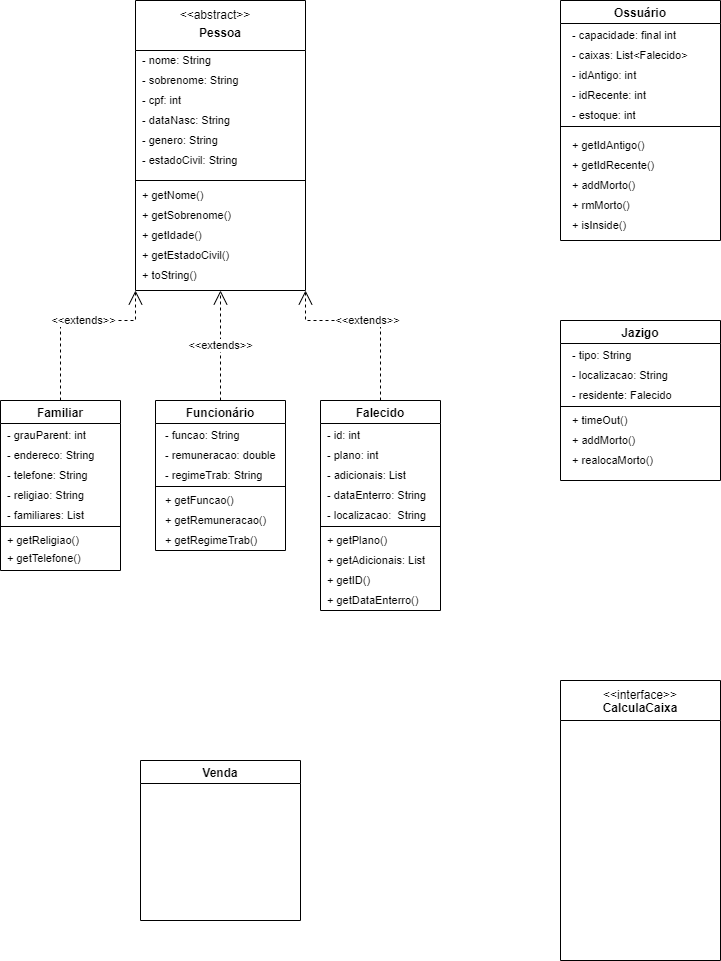
Earlier version of the draw.io export Diagrama_cemiterio.png (cemiterioPOO/Cemiterio). Source tidied: cells renumbered, new cells last; positions are measured from the earlier drawing's top-left corner, leaving out a move shared by most shapes.
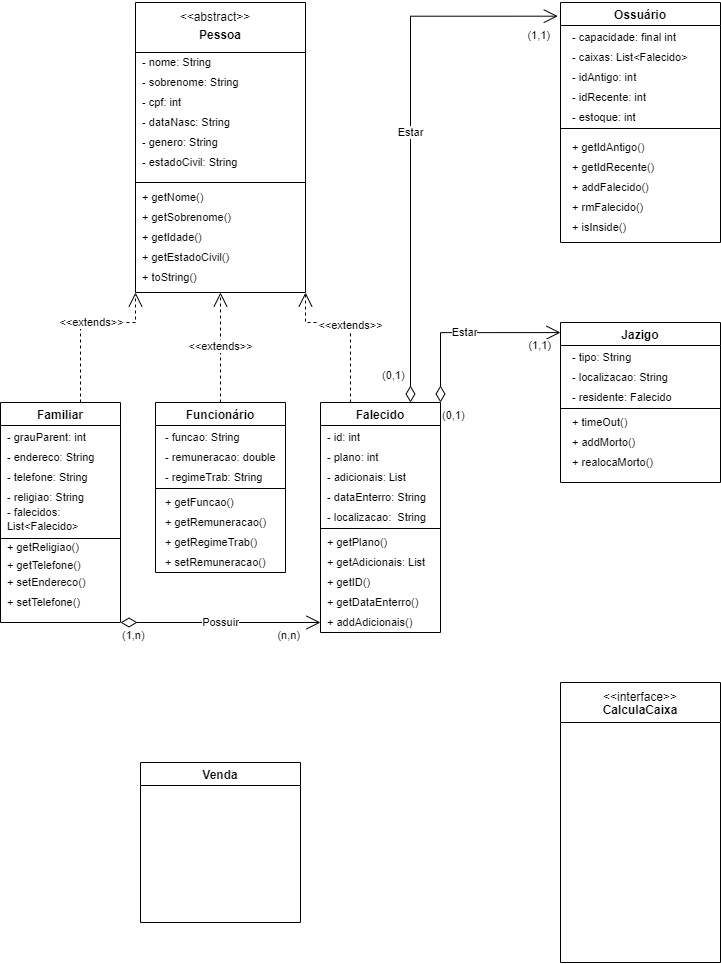
The same file after the commit.

Diff of the diagram source:
```diff
@@ -72,7 +72,7 @@
       <mxGeometry x="10" y="120" width="90" height="40" as="geometry" />
     </mxCell>
     <mxCell id="24" value="Familiar" style="swimlane;" parent="1" vertex="1">
-      <mxGeometry y="400" width="120" height="170" as="geometry" />
+      <mxGeometry y="400" width="120" height="220" as="geometry" />
     </mxCell>
     <mxCell id="25" value="- grauParent: int" style="text;html=1;strokeColor=none;fillColor=none;align=left;verticalAlign=middle;whiteSpace=wrap;rounded=0;fontSize=11;" parent="24" vertex="1">
       <mxGeometry x="5" y="20" width="110" height="30" as="geometry" />
@@ -87,19 +87,25 @@
       <mxGeometry x="5" y="80" width="110" height="30" as="geometry" />
     </mxCell>
     <mxCell id="29" style="line;strokeWidth=1;fillColor=none;align=left;verticalAlign=middle;spacingTop=-1;spacingLeft=3;spacingRight=3;labelPosition=right;fontSize=11;" parent="24" vertex="1">
-      <mxGeometry y="122" width="120" height="8" as="geometry" />
+      <mxGeometry y="132" width="120" height="8" as="geometry" />
     </mxCell>
-    <mxCell id="30" value="&lt;span style=&quot;&quot;&gt;- familiares: List&lt;/span&gt;" style="text;html=1;strokeColor=none;fillColor=none;align=left;verticalAlign=middle;whiteSpace=wrap;rounded=0;fontSize=11;" parent="24" vertex="1">
-      <mxGeometry x="5" y="100" width="115" height="30" as="geometry" />
-    </mxCell>
     <mxCell id="31" value="+ getReligiao()" style="text;html=1;strokeColor=none;fillColor=none;align=left;verticalAlign=middle;whiteSpace=wrap;rounded=0;fontSize=11;" parent="24" vertex="1">
-      <mxGeometry x="5" y="120" width="90" height="40" as="geometry" />
+      <mxGeometry x="5" y="125" width="90" height="40" as="geometry" />
     </mxCell>
     <mxCell id="32" value="+ getTelefone()" style="text;html=1;strokeColor=none;fillColor=none;align=left;verticalAlign=middle;whiteSpace=wrap;rounded=0;fontSize=11;" parent="24" vertex="1">
-      <mxGeometry x="5" y="140" width="90" height="35" as="geometry" />
+      <mxGeometry x="5" y="145" width="90" height="35" as="geometry" />
     </mxCell>
+    <mxCell id="70" value="&lt;font style=&quot;font-size: 11px;&quot;&gt;+ setEndereco()&lt;/font&gt;" style="text;html=1;strokeColor=none;fillColor=none;align=left;verticalAlign=middle;whiteSpace=wrap;rounded=0;" parent="24" vertex="1">
+      <mxGeometry x="5" y="160" width="120" height="40" as="geometry" />
+    </mxCell>
+    <mxCell id="71" value="&lt;font style=&quot;font-size: 11px;&quot;&gt;+ setTelefone()&lt;/font&gt;" style="text;html=1;strokeColor=none;fillColor=none;align=left;verticalAlign=middle;whiteSpace=wrap;rounded=0;" parent="24" vertex="1">
+      <mxGeometry x="5" y="180" width="120" height="40" as="geometry" />
+    </mxCell>
+    <mxCell id="30" value="&lt;span style=&quot;&quot;&gt;- falecidos: List&amp;lt;Falecido&amp;gt;&lt;/span&gt;" style="text;html=1;strokeColor=none;fillColor=none;align=left;verticalAlign=middle;whiteSpace=wrap;rounded=0;fontSize=11;" parent="24" vertex="1">
+      <mxGeometry x="5" y="102" width="125" height="30" as="geometry" />
+    </mxCell>
     <mxCell id="33" value="Funcionário" style="swimlane;" parent="1" vertex="1">
-      <mxGeometry x="155" y="400" width="130" height="150" as="geometry" />
+      <mxGeometry x="155" y="400" width="130" height="170" as="geometry" />
     </mxCell>
     <mxCell id="34" value="- funcao: String" style="text;html=1;strokeColor=none;fillColor=none;align=left;verticalAlign=middle;whiteSpace=wrap;rounded=0;fontSize=11;" parent="33" vertex="1">
       <mxGeometry x="7.5" y="20" width="95" height="30" as="geometry" />
@@ -122,8 +128,11 @@
     <mxCell id="40" value="+ getRegimeTrab()" style="text;html=1;strokeColor=none;fillColor=none;align=left;verticalAlign=middle;whiteSpace=wrap;rounded=0;fontSize=11;" parent="33" vertex="1">
       <mxGeometry x="7.5" y="120" width="112.5" height="40" as="geometry" />
     </mxCell>
+    <mxCell id="72" value="+ setRemuneracao()" style="text;html=1;strokeColor=none;fillColor=none;align=left;verticalAlign=middle;whiteSpace=wrap;rounded=0;fontSize=11;" parent="33" vertex="1">
+      <mxGeometry x="7.5" y="140" width="112.5" height="40" as="geometry" />
+    </mxCell>
     <mxCell id="41" value="Falecido" style="swimlane;" parent="1" vertex="1">
-      <mxGeometry x="320" y="400" width="120" height="210" as="geometry" />
+      <mxGeometry x="320" y="400" width="120" height="230" as="geometry" />
     </mxCell>
     <mxCell id="42" value="- plano: int" style="text;html=1;strokeColor=none;fillColor=none;align=left;verticalAlign=middle;whiteSpace=wrap;rounded=0;fontSize=11;" parent="41" vertex="1">
       <mxGeometry x="5" y="40" width="110" height="30" as="geometry" />
@@ -155,6 +164,9 @@
     <mxCell id="51" value="+ getDataEnterro()" style="text;html=1;strokeColor=none;fillColor=none;align=left;verticalAlign=middle;whiteSpace=wrap;rounded=0;fontSize=11;" parent="41" vertex="1">
       <mxGeometry x="5" y="180" width="105" height="40" as="geometry" />
     </mxCell>
+    <mxCell id="73" value="+ addAdicionais()" style="text;html=1;strokeColor=none;fillColor=none;align=left;verticalAlign=middle;whiteSpace=wrap;rounded=0;fontSize=11;" parent="41" vertex="1">
+      <mxGeometry x="5" y="200" width="112.5" height="40" as="geometry" />
+    </mxCell>
     <mxCell id="52" value="Ossuário" style="swimlane;startSize=23;" parent="1" vertex="1">
       <mxGeometry x="560" width="160" height="240" as="geometry" />
     </mxCell>
@@ -182,10 +194,10 @@
     <mxCell id="60" value="+ getIdRecente()" style="text;html=1;strokeColor=none;fillColor=none;align=left;verticalAlign=middle;whiteSpace=wrap;rounded=0;fontSize=11;" parent="52" vertex="1">
       <mxGeometry x="10" y="150" width="110" height="30" as="geometry" />
     </mxCell>
-    <mxCell id="61" value="+ addMorto()" style="text;html=1;strokeColor=none;fillColor=none;align=left;verticalAlign=middle;whiteSpace=wrap;rounded=0;fontSize=11;" parent="52" vertex="1">
+    <mxCell id="61" value="+ addFalecido()" style="text;html=1;strokeColor=none;fillColor=none;align=left;verticalAlign=middle;whiteSpace=wrap;rounded=0;fontSize=11;" parent="52" vertex="1">
       <mxGeometry x="10" y="170" width="110" height="30" as="geometry" />
     </mxCell>
-    <mxCell id="62" value="+ rmMorto()" style="text;html=1;strokeColor=none;fillColor=none;align=left;verticalAlign=middle;whiteSpace=wrap;rounded=0;fontSize=11;" parent="52" vertex="1">
+    <mxCell id="62" value="+ rmFalecido()" style="text;html=1;strokeColor=none;fillColor=none;align=left;verticalAlign=middle;whiteSpace=wrap;rounded=0;fontSize=11;" parent="52" vertex="1">
       <mxGeometry x="10" y="190" width="110" height="30" as="geometry" />
     </mxCell>
     <mxCell id="63" value="+ isInside()" style="text;html=1;strokeColor=none;fillColor=none;align=left;verticalAlign=middle;whiteSpace=wrap;rounded=0;fontSize=11;" parent="52" vertex="1">
@@ -200,10 +212,11 @@
     <mxCell id="66" value="&amp;lt;&amp;lt;interface&amp;gt;&amp;gt;" style="text;html=1;strokeColor=none;fillColor=none;align=center;verticalAlign=middle;whiteSpace=wrap;rounded=0;shadow=0;" parent="65" vertex="1">
       <mxGeometry x="50" width="60" height="30" as="geometry" />
     </mxCell>
-    <mxCell id="67" value="&amp;lt;&amp;lt;extends&amp;gt;&amp;gt;" style="endArrow=open;endSize=12;dashed=1;html=1;rounded=0;fontSize=11;exitX=0.5;exitY=0;exitDx=0;exitDy=0;entryX=0;entryY=1;entryDx=0;entryDy=0;" parent="1" edge="1" source="24" target="2">
+    <mxCell id="67" value="&amp;lt;&amp;lt;extends&amp;gt;&amp;gt;" style="endArrow=open;endSize=12;dashed=1;html=1;rounded=0;fontSize=11;exitX=0.667;exitY=0;exitDx=0;exitDy=0;entryX=0;entryY=1;entryDx=0;entryDy=0;exitPerimeter=0;" parent="1" edge="1" source="24" target="2">
       <mxGeometry x="0.12" relative="1" as="geometry">
         <Array as="points">
-          <mxPoint x="60" y="320" />
+          <mxPoint x="80" y="360" />
+          <mxPoint x="80" y="320" />
           <mxPoint x="135" y="320" />
         </Array>
       </mxGeometry>
@@ -211,13 +224,59 @@
     <mxCell id="68" value="&amp;lt;&amp;lt;extends&amp;gt;&amp;gt;" style="endArrow=open;endSize=12;dashed=1;html=1;rounded=0;fontSize=11;exitX=0.5;exitY=0;exitDx=0;exitDy=0;entryX=0.5;entryY=1;entryDx=0;entryDy=0;" parent="1" edge="1" source="33" target="2">
       <mxGeometry relative="1" as="geometry" />
     </mxCell>
-    <mxCell id="69" value="&amp;lt;&amp;lt;extends&amp;gt;&amp;gt;" style="endArrow=open;endSize=12;dashed=1;html=1;rounded=0;fontSize=11;exitX=0.5;exitY=0;exitDx=0;exitDy=0;entryX=1;entryY=1;entryDx=0;entryDy=0;" parent="1" edge="1" source="41" target="2">
+    <mxCell id="69" value="&amp;lt;&amp;lt;extends&amp;gt;&amp;gt;" style="endArrow=open;endSize=12;dashed=1;html=1;rounded=0;fontSize=11;exitX=0.25;exitY=0;exitDx=0;exitDy=0;entryX=1;entryY=1;entryDx=0;entryDy=0;" parent="1" edge="1" source="41" target="2">
       <mxGeometry relative="1" as="geometry">
         <Array as="points">
-          <mxPoint x="380" y="320" />
+          <mxPoint x="350" y="320" />
           <mxPoint x="305" y="320" />
         </Array>
       </mxGeometry>
     </mxCell>
+    <mxCell id="74" value="Estar" style="endArrow=open;html=1;endSize=12;startArrow=diamondThin;startSize=14;startFill=0;edgeStyle=orthogonalEdgeStyle;rounded=0;fontSize=11;entryX=0;entryY=0.063;entryDx=0;entryDy=0;entryPerimeter=0;exitX=1;exitY=0;exitDx=0;exitDy=0;" parent="1" edge="1" source="41" target="16">
+      <mxGeometry relative="1" as="geometry">
+        <Array as="points">
+          <mxPoint x="440" y="330" />
+        </Array>
+      </mxGeometry>
+    </mxCell>
+    <mxCell id="75" value="(0,1)" style="edgeLabel;html=1;align=left;verticalAlign=top;fontSize=11;" parent="74" vertex="1">
+      <mxGeometry x="-1" relative="1" as="geometry" />
+    </mxCell>
+    <mxCell id="76" value="(1,1)" style="edgeLabel;html=1;align=right;verticalAlign=top;fontSize=11;" parent="74" vertex="1">
+      <mxGeometry x="1" relative="1" as="geometry">
+        <mxPoint x="-10" as="offset" />
+      </mxGeometry>
+    </mxCell>
+    <mxCell id="77" value="Estar" style="endArrow=open;html=1;endSize=12;startArrow=diamondThin;startSize=14;startFill=0;edgeStyle=orthogonalEdgeStyle;rounded=0;fontSize=11;exitX=0.75;exitY=0;exitDx=0;exitDy=0;entryX=-0.017;entryY=0.057;entryDx=0;entryDy=0;entryPerimeter=0;" parent="1" edge="1" source="41" target="52">
+      <mxGeometry x="0.01" relative="1" as="geometry">
+        <Array as="points">
+          <mxPoint x="410" y="14" />
+        </Array>
+      </mxGeometry>
+    </mxCell>
+    <mxCell id="78" value="(0,1)" style="edgeLabel;html=1;align=left;verticalAlign=top;fontSize=11;" parent="77" vertex="1">
+      <mxGeometry x="-1" relative="1" as="geometry">
+        <mxPoint x="-30" y="-40" as="offset" />
+      </mxGeometry>
+    </mxCell>
+    <mxCell id="79" value="(1,1)" style="edgeLabel;html=1;align=right;verticalAlign=top;fontSize=11;" parent="77" vertex="1">
+      <mxGeometry x="1" relative="1" as="geometry">
+        <mxPoint x="-7" y="6" as="offset" />
+      </mxGeometry>
+    </mxCell>
+    <mxCell id="80" value="Possuir" style="endArrow=open;html=1;endSize=12;startArrow=diamondThin;startSize=14;startFill=0;edgeStyle=orthogonalEdgeStyle;rounded=0;fontSize=11;" parent="1" edge="1">
+      <mxGeometry relative="1" as="geometry">
+        <mxPoint x="120" y="620" as="sourcePoint" />
+        <mxPoint x="320" y="620" as="targetPoint" />
+      </mxGeometry>
+    </mxCell>
+    <mxCell id="81" value="(1,n)" style="edgeLabel;html=1;align=left;verticalAlign=top;fontSize=11;" parent="80" vertex="1">
+      <mxGeometry x="-1" relative="1" as="geometry" />
+    </mxCell>
+    <mxCell id="82" value="(n,n)" style="edgeLabel;html=1;align=right;verticalAlign=top;fontSize=11;" parent="80" vertex="1">
+      <mxGeometry x="1" relative="1" as="geometry">
+        <mxPoint x="-20" as="offset" />
+      </mxGeometry>
+    </mxCell>
   </root>
 </mxGraphModel>
```
